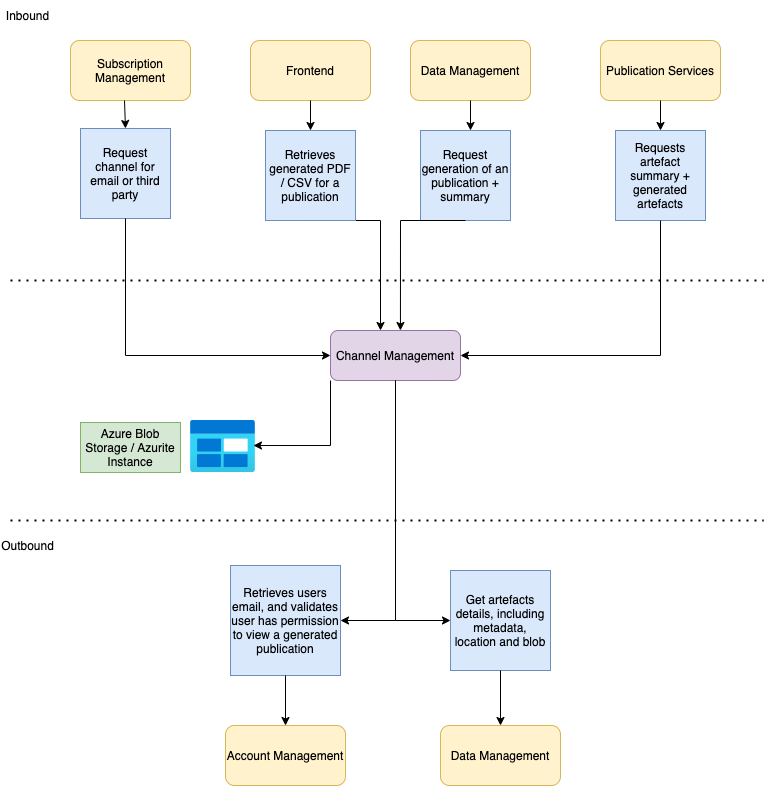
Above: channel-man-arch.png in hmcts/pip-channel-management (draw.io), before the change. Source tidied: cells renumbered, new cells last; positions are measured from the earlier drawing's top-left corner, leaving out a move shared by most shapes.
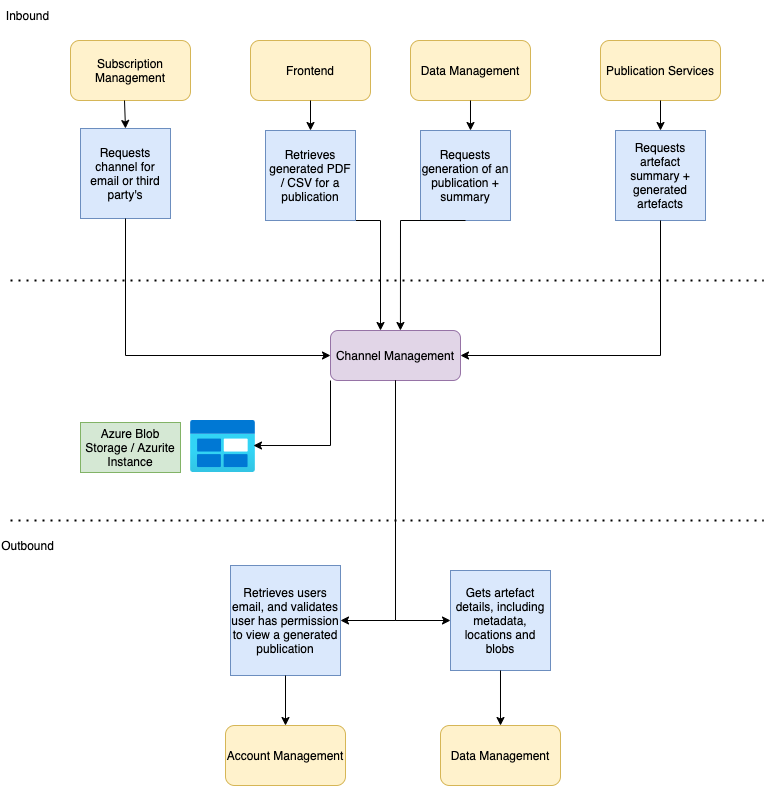
Above is the later version.

The edit, as a diff of the source:
```diff
@@ -37,7 +37,7 @@
     <mxCell id="11" value="Retrieves users email, and validates user has permission to view a generated publication" style="whiteSpace=wrap;html=1;fillColor=#dae8fc;strokeColor=#6c8ebf;" parent="1" vertex="1">
       <mxGeometry x="230" y="565" width="110" height="110" as="geometry" />
     </mxCell>
-    <mxCell id="12" value="Get artefacts details, including metadata, location and blob" style="whiteSpace=wrap;html=1;fillColor=#dae8fc;strokeColor=#6c8ebf;" parent="1" vertex="1">
+    <mxCell id="12" value="Gets artefact details, including metadata, locations and blobs" style="whiteSpace=wrap;html=1;fillColor=#dae8fc;strokeColor=#6c8ebf;" parent="1" vertex="1">
       <mxGeometry x="450" y="570" width="100" height="100" as="geometry" />
     </mxCell>
     <mxCell id="13" style="endArrow=classic;html=1;rounded=0;exitX=0.5;exitY=1;exitDx=0;exitDy=0;entryX=0.5;entryY=0;entryDx=0;entryDy=0;" parent="1" edge="1" source="11" target="9">
@@ -49,7 +49,7 @@
     <mxCell id="15" value="Data Management" style="rounded=1;whiteSpace=wrap;html=1;fillColor=#fff2cc;strokeColor=#d6b656;" parent="1" vertex="1">
       <mxGeometry x="410" y="40" width="120" height="60" as="geometry" />
     </mxCell>
-    <mxCell id="16" value="Request generation of an publication + summary" style="whiteSpace=wrap;html=1;fillColor=#dae8fc;strokeColor=#6c8ebf;" parent="1" vertex="1">
+    <mxCell id="16" value="Requests generation of an publication + summary" style="whiteSpace=wrap;html=1;fillColor=#dae8fc;strokeColor=#6c8ebf;" parent="1" vertex="1">
       <mxGeometry x="420" y="130" width="90" height="90" as="geometry" />
     </mxCell>
     <mxCell id="17" style="endArrow=classic;html=1;rounded=0;exitX=0.5;exitY=1;exitDx=0;exitDy=0;entryX=0.538;entryY=0;entryDx=0;entryDy=0;entryPerimeter=0;" parent="1" edge="1" source="16" target="2">
@@ -74,7 +74,7 @@
     <mxCell id="20" value="Subscription Management" style="rounded=1;whiteSpace=wrap;html=1;fillColor=#fff2cc;strokeColor=#d6b656;" parent="1" vertex="1">
       <mxGeometry x="70" y="40" width="120" height="60" as="geometry" />
     </mxCell>
-    <mxCell id="21" value="Request channel for email or third party" style="whiteSpace=wrap;html=1;fillColor=#dae8fc;strokeColor=#6c8ebf;" parent="1" vertex="1">
+    <mxCell id="21" value="Requests channel for email or third party's" style="whiteSpace=wrap;html=1;fillColor=#dae8fc;strokeColor=#6c8ebf;" parent="1" vertex="1">
       <mxGeometry x="80" y="128" width="90" height="90" as="geometry" />
     </mxCell>
     <mxCell id="22" style="endArrow=classic;html=1;rounded=0;exitX=0.45;exitY=1;exitDx=0;exitDy=0;exitPerimeter=0;entryX=0.5;entryY=0;entryDx=0;entryDy=0;" parent="1" edge="1" source="20" target="21">
```
